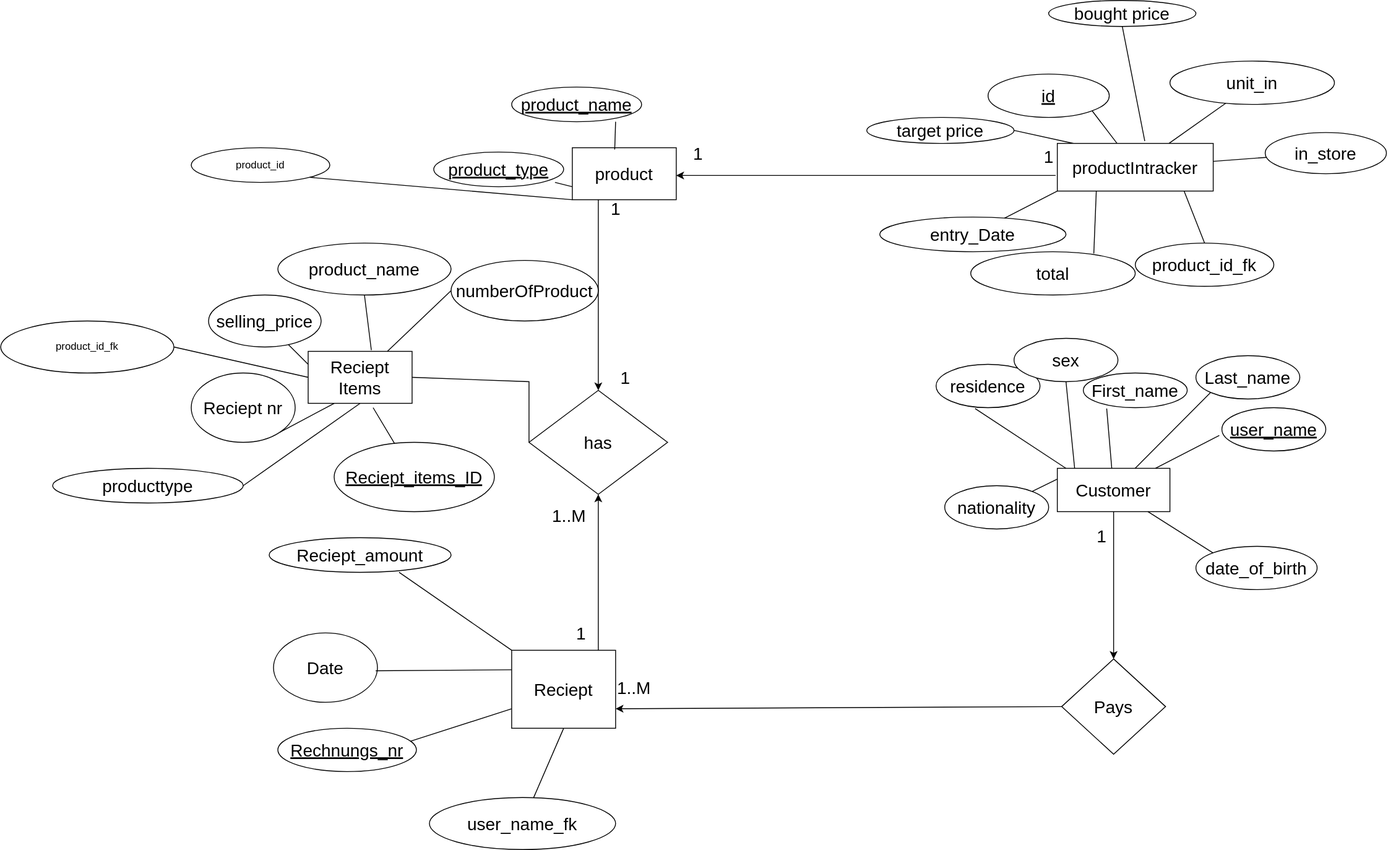
Earlier version of the draw.io export DiyaDesktop.svg (bishalmhrjan/JavaFX-Employee-Customer-Product-Manager). Source tidied: cells renumbered, new cells last; positions are measured from the earlier drawing's top-left corner, leaving out a move shared by most shapes.
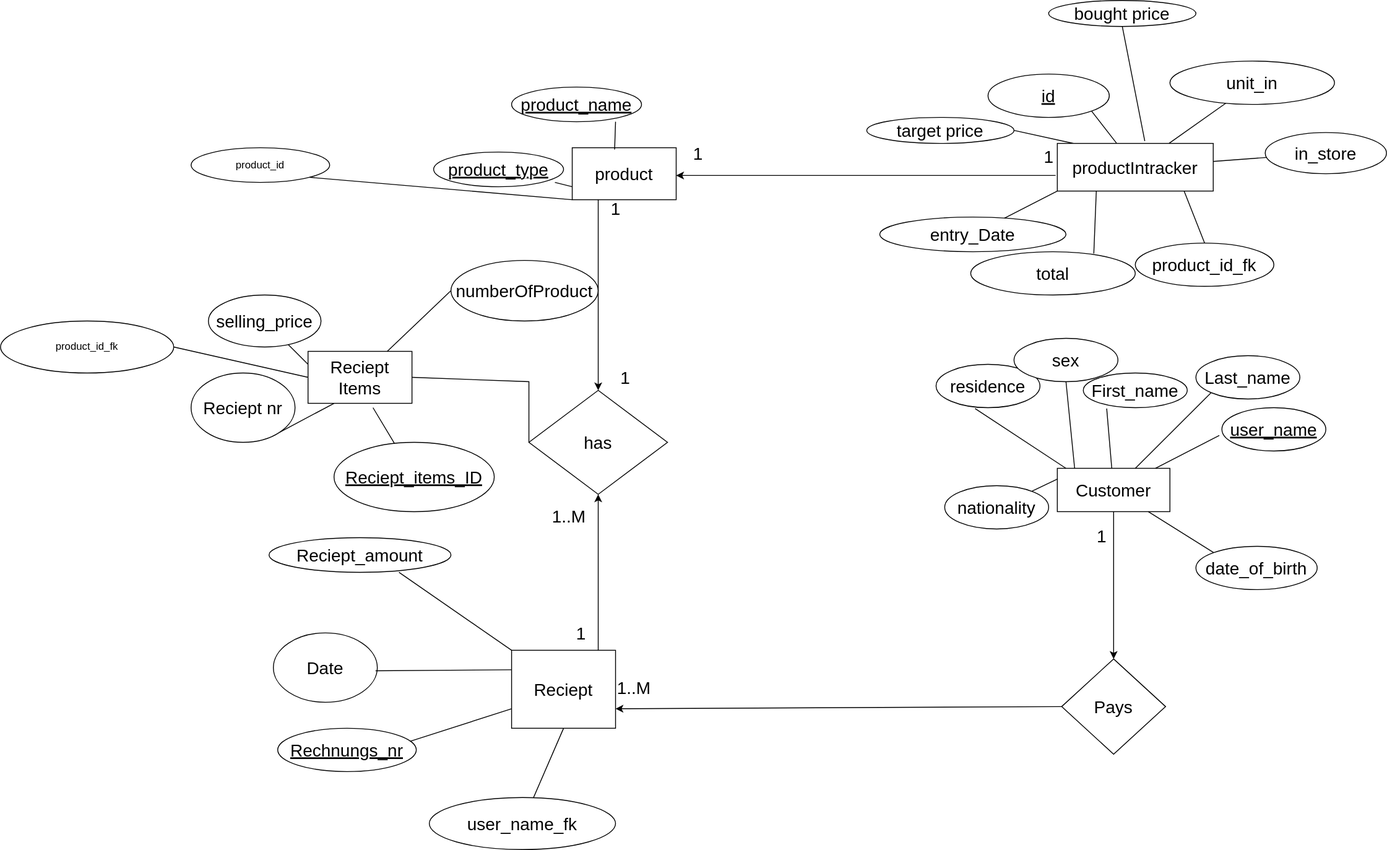
After the commit.

Commit message:
product table and productintracker table is populated!

The edit, as a diff of the source:
```diff
@@ -161,18 +161,12 @@
     <mxCell id="47" value="Reciept Items" style="rounded=0;whiteSpace=wrap;html=1;fontSize=20;" parent="1" vertex="1">
       <mxGeometry x="355" y="405" width="120" height="60" as="geometry" />
     </mxCell>
-    <mxCell id="48" value="product_name&lt;br&gt;" style="ellipse;whiteSpace=wrap;html=1;fontSize=20;" parent="1" vertex="1">
-      <mxGeometry x="320" y="280" width="200" height="60" as="geometry" />
-    </mxCell>
     <mxCell id="49" value="Reciept nr" style="ellipse;whiteSpace=wrap;html=1;fontSize=20;" parent="1" vertex="1">
       <mxGeometry x="220" y="430" width="120" height="80" as="geometry" />
     </mxCell>
     <mxCell id="50" style="endArrow=none;html=1;rounded=0;fontSize=20;entryX=0.25;entryY=1;entryDx=0;entryDy=0;exitX=1;exitY=1;exitDx=0;exitDy=0;" parent="1" edge="1" source="49" target="47">
       <mxGeometry relative="1" as="geometry" />
     </mxCell>
-    <mxCell id="51" style="endArrow=none;html=1;rounded=0;fontSize=20;entryX=0.5;entryY=1;entryDx=0;entryDy=0;exitX=0.608;exitY=-0.022;exitDx=0;exitDy=0;exitPerimeter=0;" parent="1" edge="1" source="47" target="48">
-      <mxGeometry relative="1" as="geometry" />
-    </mxCell>
     <mxCell id="52" style="endArrow=none;html=1;rounded=0;fontSize=20;entryX=0;entryY=0.5;entryDx=0;entryDy=0;exitX=1;exitY=0.5;exitDx=0;exitDy=0;" parent="1" edge="1" source="47" target="37">
       <mxGeometry relative="1" as="geometry">
         <Array as="points">
@@ -212,12 +206,6 @@
     <mxCell id="62" style="endArrow=none;html=1;rounded=0;exitX=1;exitY=0.5;exitDx=0;exitDy=0;entryX=0;entryY=0.5;entryDx=0;entryDy=0;" parent="1" edge="1" source="61" target="47">
       <mxGeometry relative="1" as="geometry" />
     </mxCell>
-    <mxCell id="63" value="&lt;span style=&quot;font-size: 20px;&quot;&gt;producttype&lt;/span&gt;" style="ellipse;whiteSpace=wrap;html=1;" parent="1" vertex="1">
-      <mxGeometry x="60" y="540" width="220" height="40" as="geometry" />
-    </mxCell>
-    <mxCell id="64" style="endArrow=none;html=1;rounded=0;exitX=1;exitY=0.5;exitDx=0;exitDy=0;entryX=0.5;entryY=1;entryDx=0;entryDy=0;" parent="1" edge="1" source="63" target="47">
-      <mxGeometry relative="1" as="geometry" />
-    </mxCell>
     <mxCell id="65" value="&lt;font style=&quot;font-size: 20px;&quot;&gt;entry_Date&lt;/font&gt;" style="ellipse;whiteSpace=wrap;html=1;" parent="1" vertex="1">
       <mxGeometry x="1015" y="250" width="215" height="40" as="geometry" />
     </mxCell>
```
